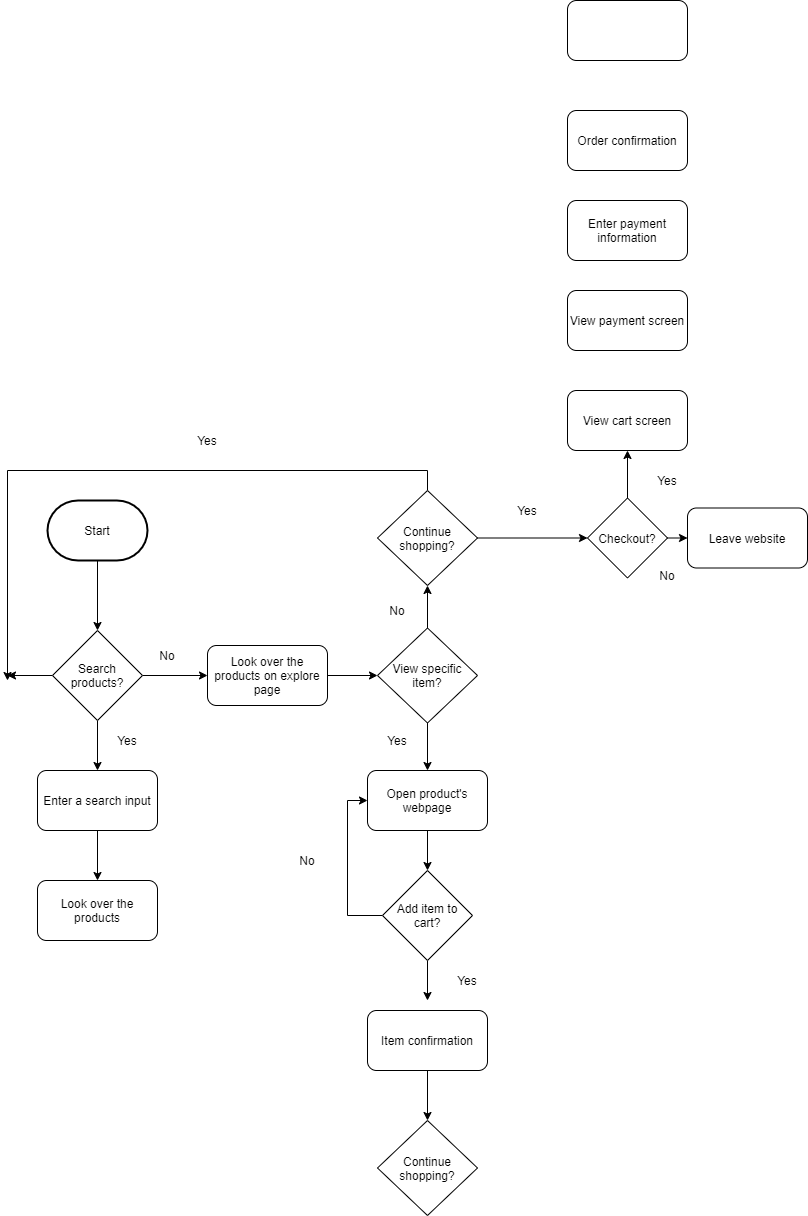
Above: explore/diagramming/diagram.drawio.png in Ryanheo15/fa21-cse110-lab4 (draw.io), before the change. Source tidied: cells renumbered, new cells last; positions are measured from the earlier drawing's top-left corner, leaving out a move shared by most shapes.
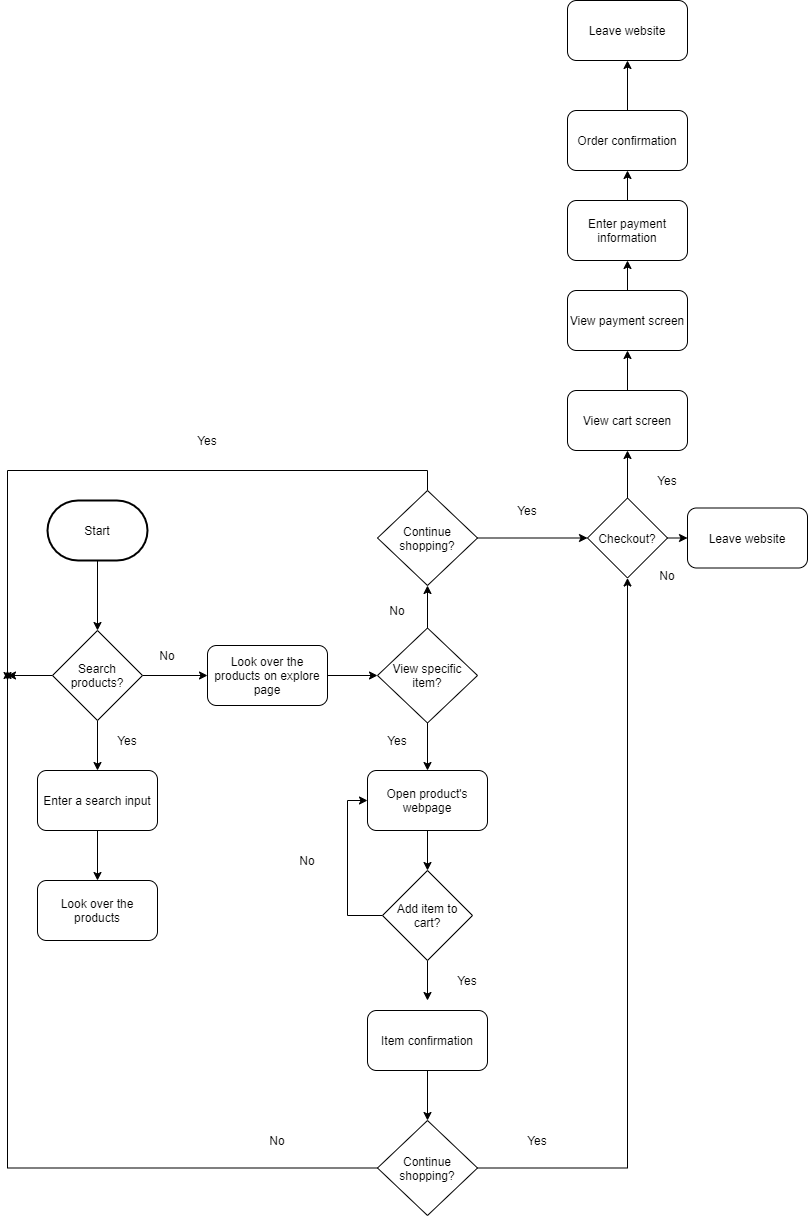
After the change.

Diff of the diagram source:
```diff
@@ -96,6 +96,14 @@
     <mxCell id="29" value="Item confirmation" style="rounded=1;whiteSpace=wrap;html=1;" parent="1" vertex="1">
       <mxGeometry x="360" y="1010" width="120" height="60" as="geometry" />
     </mxCell>
+    <mxCell id="46" style="edgeStyle=orthogonalEdgeStyle;rounded=0;jettySize=auto;html=1;exitX=1;exitY=0.5;exitDx=0;exitDy=0;entryX=0.5;entryY=1;entryDx=0;entryDy=0;" parent="1" edge="1" source="30" target="36">
+      <mxGeometry relative="1" as="geometry" />
+    </mxCell>
+    <mxCell id="47" style="edgeStyle=orthogonalEdgeStyle;rounded=0;jettySize=auto;html=1;exitX=0;exitY=0.5;exitDx=0;exitDy=0;" parent="1" edge="1" source="30">
+      <mxGeometry relative="1" as="geometry">
+        <mxPoint y="670" as="targetPoint" />
+      </mxGeometry>
+    </mxCell>
     <mxCell id="30" value="Continue shopping?" style="rhombus;whiteSpace=wrap;html=1;" parent="1" vertex="1">
       <mxGeometry x="370" y="1120" width="100" height="95" as="geometry" />
     </mxCell>
@@ -126,23 +134,41 @@
     <mxCell id="39" value="No" style="text;html=1;strokeColor=none;fillColor=none;align=center;verticalAlign=middle;whiteSpace=wrap;rounded=0;" parent="1" vertex="1">
       <mxGeometry x="640" y="565" width="40" height="20" as="geometry" />
     </mxCell>
+    <mxCell id="48" style="edgeStyle=orthogonalEdgeStyle;rounded=0;jettySize=auto;html=1;exitX=0.5;exitY=0;exitDx=0;exitDy=0;entryX=0.5;entryY=1;entryDx=0;entryDy=0;" parent="1" edge="1" source="40" target="42">
+      <mxGeometry relative="1" as="geometry" />
+    </mxCell>
     <mxCell id="40" value="View cart screen" style="rounded=1;whiteSpace=wrap;html=1;" parent="1" vertex="1">
       <mxGeometry x="560" y="390" width="120" height="60" as="geometry" />
     </mxCell>
     <mxCell id="41" value="Yes" style="text;html=1;strokeColor=none;fillColor=none;align=center;verticalAlign=middle;whiteSpace=wrap;rounded=0;" parent="1" vertex="1">
       <mxGeometry x="640" y="470" width="40" height="20" as="geometry" />
     </mxCell>
+    <mxCell id="49" style="edgeStyle=orthogonalEdgeStyle;rounded=0;jettySize=auto;html=1;exitX=0.5;exitY=0;exitDx=0;exitDy=0;entryX=0.5;entryY=1;entryDx=0;entryDy=0;" parent="1" edge="1" source="42" target="43">
+      <mxGeometry relative="1" as="geometry" />
+    </mxCell>
     <mxCell id="42" value="View payment screen" style="rounded=1;whiteSpace=wrap;html=1;" parent="1" vertex="1">
       <mxGeometry x="560" y="290" width="120" height="60" as="geometry" />
     </mxCell>
+    <mxCell id="50" style="edgeStyle=orthogonalEdgeStyle;rounded=0;jettySize=auto;html=1;exitX=0.5;exitY=0;exitDx=0;exitDy=0;entryX=0.5;entryY=1;entryDx=0;entryDy=0;" parent="1" edge="1" source="43" target="44">
+      <mxGeometry relative="1" as="geometry" />
+    </mxCell>
     <mxCell id="43" value="Enter payment information" style="rounded=1;whiteSpace=wrap;html=1;" parent="1" vertex="1">
       <mxGeometry x="560" y="200" width="120" height="60" as="geometry" />
     </mxCell>
+    <mxCell id="51" style="edgeStyle=orthogonalEdgeStyle;rounded=0;jettySize=auto;html=1;exitX=0.5;exitY=0;exitDx=0;exitDy=0;entryX=0.5;entryY=1;entryDx=0;entryDy=0;" parent="1" edge="1" source="44" target="45">
+      <mxGeometry relative="1" as="geometry" />
+    </mxCell>
     <mxCell id="44" value="Order confirmation" style="rounded=1;whiteSpace=wrap;html=1;" parent="1" vertex="1">
       <mxGeometry x="560" y="110" width="120" height="60" as="geometry" />
     </mxCell>
-    <mxCell id="45" style="rounded=1;whiteSpace=wrap;html=1;" parent="1" vertex="1">
+    <mxCell id="45" value="Leave website" style="rounded=1;whiteSpace=wrap;html=1;" parent="1" vertex="1">
       <mxGeometry x="560" width="120" height="60" as="geometry" />
     </mxCell>
+    <mxCell id="52" value="Yes" style="text;html=1;strokeColor=none;fillColor=none;align=center;verticalAlign=middle;whiteSpace=wrap;rounded=0;" parent="1" vertex="1">
+      <mxGeometry x="510" y="1130" width="40" height="20" as="geometry" />
+    </mxCell>
+    <mxCell id="53" value="No" style="text;html=1;strokeColor=none;fillColor=none;align=center;verticalAlign=middle;whiteSpace=wrap;rounded=0;" parent="1" vertex="1">
+      <mxGeometry x="250" y="1130" width="40" height="20" as="geometry" />
+    </mxCell>
   </root>
 </mxGraphModel>
```
